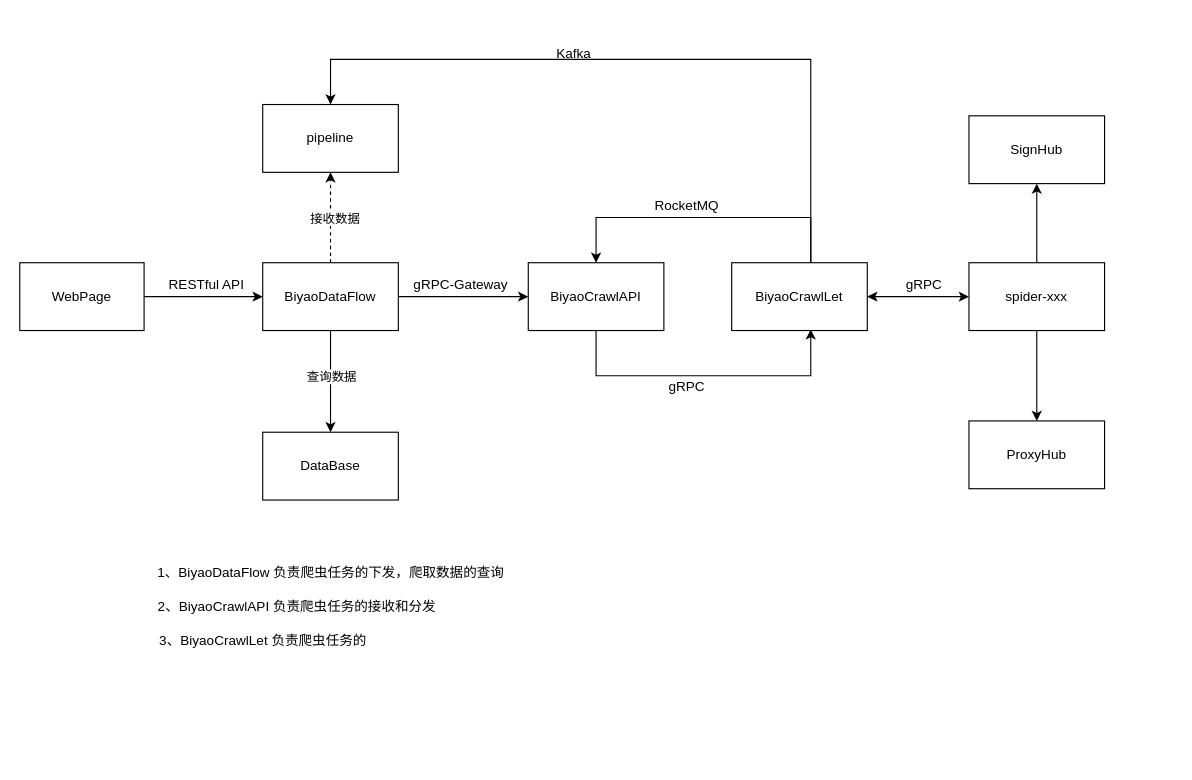
This is Untitled Diagram.drawio from fovegage/argocd-lab, a draw.io file, before an edit. Source tidied: cells renumbered, new cells numbered last; positions are measured from the earlier drawing's top-left corner, leaving out a move shared by most shapes. Both pictures are drawn from the tidied source at 113%, with x=0, y=0 at pixel (19, 36).
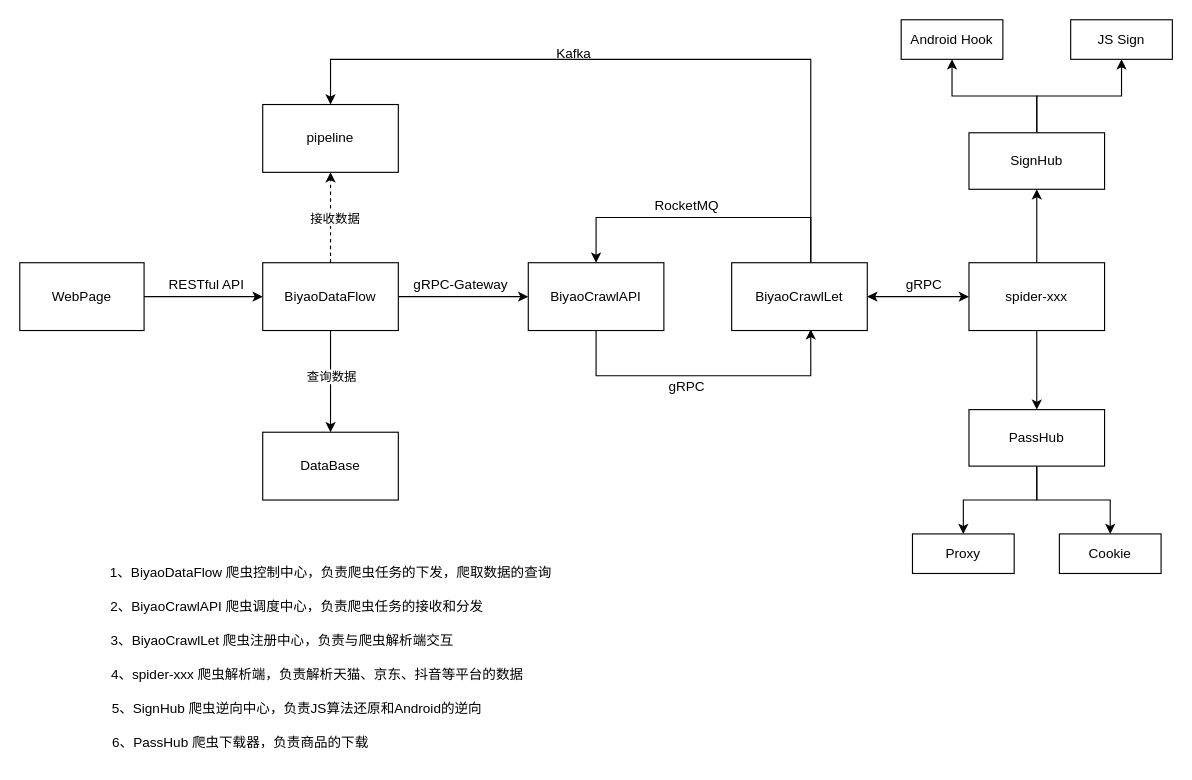
The same diagram, later.

Change to the diagram source:
```diff
@@
+    <mxCell id="32" style="edgeStyle=orthogonalEdgeStyle;rounded=0;jettySize=auto;html=1;entryX=0.5;entryY=1;entryDx=0;entryDy=0;" parent="1" edge="1" source="26" target="38">
+      <mxGeometry relative="1" as="geometry" />
+    </mxCell>
+    <mxCell id="33" style="edgeStyle=orthogonalEdgeStyle;rounded=0;jettySize=auto;html=1;entryX=0.5;entryY=1;entryDx=0;entryDy=0;" parent="1" edge="1" source="26" target="39">
+      <mxGeometry relative="1" as="geometry" />
+    </mxCell>
     <mxCell id="26" value="SignHub" style="rounded=0;whiteSpace=wrap;html=1;" parent="1" vertex="1">
-      <mxGeometry x="840" y="70" width="120" height="60" as="geometry" />
+      <mxGeometry x="840" y="85" width="120" height="50" as="geometry" />
     </mxCell>
+    <mxCell id="34" style="edgeStyle=orthogonalEdgeStyle;rounded=0;jettySize=auto;html=1;exitX=0.5;exitY=1;exitDx=0;exitDy=0;" parent="1" edge="1" source="27" target="40">
+      <mxGeometry relative="1" as="geometry" />
+    </mxCell>
+    <mxCell id="35" style="edgeStyle=orthogonalEdgeStyle;rounded=0;jettySize=auto;html=1;entryX=0.5;entryY=0;entryDx=0;entryDy=0;" parent="1" edge="1" source="27" target="41">
+      <mxGeometry relative="1" as="geometry" />
+    </mxCell>
-    <mxCell id="27" value="ProxyHub" style="rounded=0;whiteSpace=wrap;html=1;" parent="1" vertex="1">
-      <mxGeometry x="840" y="340" width="120" height="60" as="geometry" />
+    <mxCell id="27" value="PassHub" style="rounded=0;whiteSpace=wrap;html=1;" parent="1" vertex="1">
+      <mxGeometry x="840" y="330" width="120" height="50" as="geometry" />
     </mxCell>
@@
-    <mxCell id="29" value="1、BiyaoDataFlow 负责爬虫任务的下发，爬取数据的查询" style="text;html=1;align=center;verticalAlign=middle;strokeColor=none;fillColor=none;" parent="1" vertex="1">
-      <mxGeometry x="110" y="460" width="330" height="30" as="geometry" />
+    <mxCell id="29" value="1、BiyaoDataFlow 爬虫控制中心，负责爬虫任务的下发，爬取数据的查询" style="text;html=1;align=center;verticalAlign=middle;strokeColor=none;fillColor=none;" parent="1" vertex="1">
+      <mxGeometry x="70" y="460" width="410" height="30" as="geometry" />
     </mxCell>
-    <mxCell id="30" value="2、BiyaoCrawlAPI 负责爬虫任务的接收和分发" style="text;html=1;align=center;verticalAlign=middle;strokeColor=none;fillColor=none;" parent="1" vertex="1">
-      <mxGeometry x="110" y="490" width="270" height="30" as="geometry" />
+    <mxCell id="30" value="2、BiyaoCrawlAPI 爬虫调度中心，负责爬虫任务的接收和分发" style="text;html=1;align=center;verticalAlign=middle;strokeColor=none;fillColor=none;" parent="1" vertex="1">
+      <mxGeometry x="70" y="490" width="350" height="30" as="geometry" />
     </mxCell>
-    <mxCell id="31" value="3、BiyaoCrawlLet 负责爬虫任务的" style="text;html=1;align=center;verticalAlign=middle;strokeColor=none;fillColor=none;" parent="1" vertex="1">
-      <mxGeometry x="110" y="520" width="210" height="30" as="geometry" />
+    <mxCell id="31" value="3、BiyaoCrawlLet 爬虫注册中心，负责与爬虫解析端交互" style="text;html=1;align=center;verticalAlign=middle;strokeColor=none;fillColor=none;" parent="1" vertex="1">
+      <mxGeometry x="67" y="520" width="330" height="30" as="geometry" />
     </mxCell>
+    <mxCell id="36" value="4、spider-xxx 爬虫解析端，负责解析天猫、京东、抖音等平台的数据" style="text;html=1;align=center;verticalAlign=middle;strokeColor=none;fillColor=none;" parent="1" vertex="1">
+      <mxGeometry x="68" y="550" width="390" height="30" as="geometry" />
+    </mxCell>
+    <mxCell id="37" value="5、SignHub 爬虫逆向中心，负责JS算法还原和Android的逆向" style="text;html=1;align=center;verticalAlign=middle;strokeColor=none;fillColor=none;" parent="1" vertex="1">
+      <mxGeometry x="70" y="580" width="350" height="30" as="geometry" />
+    </mxCell>
+    <mxCell id="38" value="Android Hook" style="rounded=0;whiteSpace=wrap;html=1;" parent="1" vertex="1">
+      <mxGeometry x="780" y="-15" width="90" height="35" as="geometry" />
+    </mxCell>
+    <mxCell id="39" value="JS Sign" style="rounded=0;whiteSpace=wrap;html=1;" parent="1" vertex="1">
+      <mxGeometry x="930" y="-15" width="90" height="35" as="geometry" />
+    </mxCell>
+    <mxCell id="40" value="Proxy" style="rounded=0;whiteSpace=wrap;html=1;" parent="1" vertex="1">
+      <mxGeometry x="790" y="440" width="90" height="35" as="geometry" />
+    </mxCell>
+    <mxCell id="41" value="Cookie" style="rounded=0;whiteSpace=wrap;html=1;" parent="1" vertex="1">
+      <mxGeometry x="920" y="440" width="90" height="35" as="geometry" />
+    </mxCell>
+    <mxCell id="42" value="6、PassHub 爬虫下载器，负责商品的下载" style="text;html=1;align=center;verticalAlign=middle;strokeColor=none;fillColor=none;" parent="1" vertex="1">
+      <mxGeometry x="70" y="610" width="250" height="30" as="geometry" />
+    </mxCell>
```
